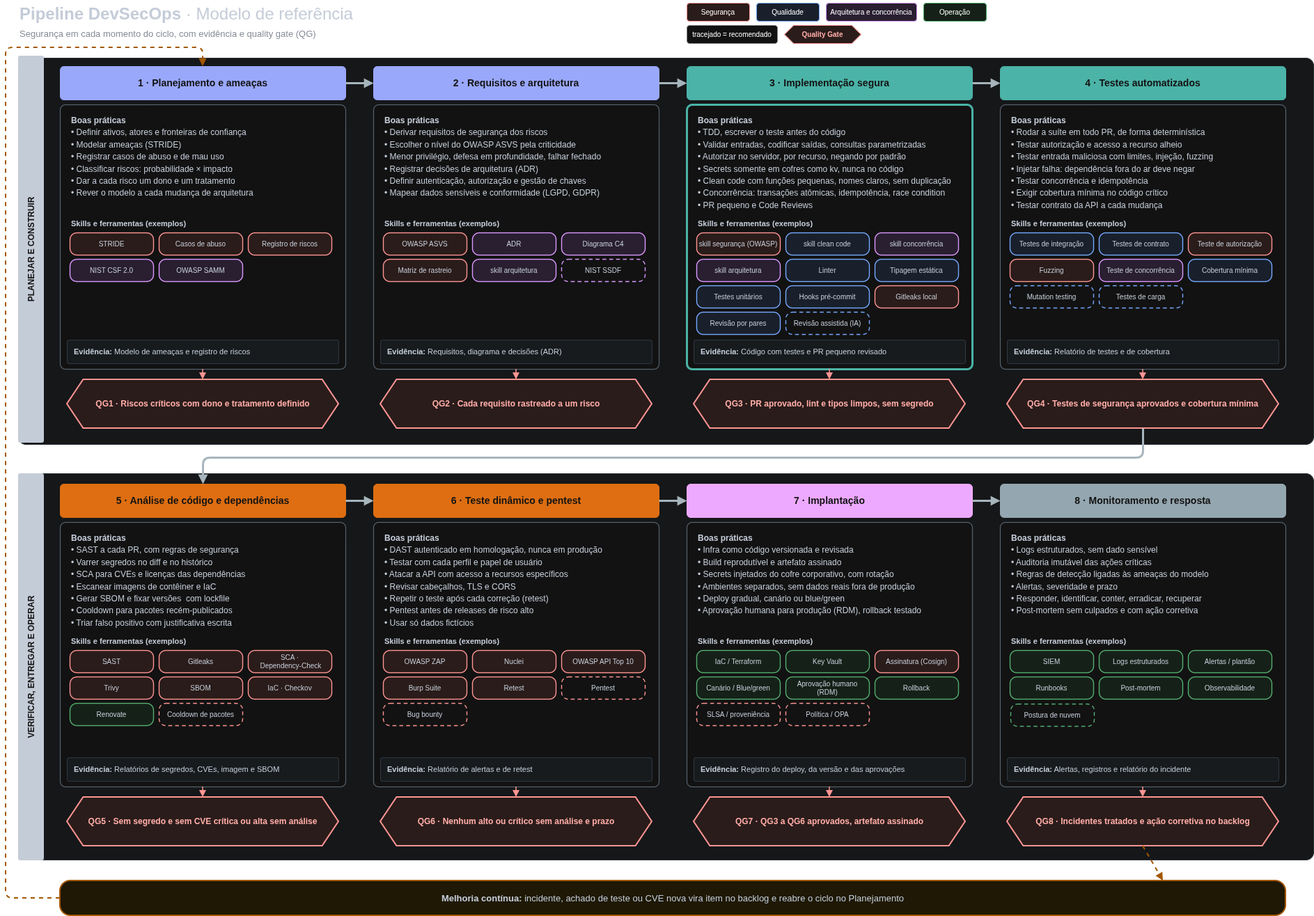
The draw.io diagram diagramas/pipeline-devsecops.drawio.png in MarlonBrendonx/secure-software-engineering-project, before a commit. Source tidied: cells renumbered, new cells last; positions are measured from the earlier drawing's top-left corner, leaving out a move shared by most shapes.
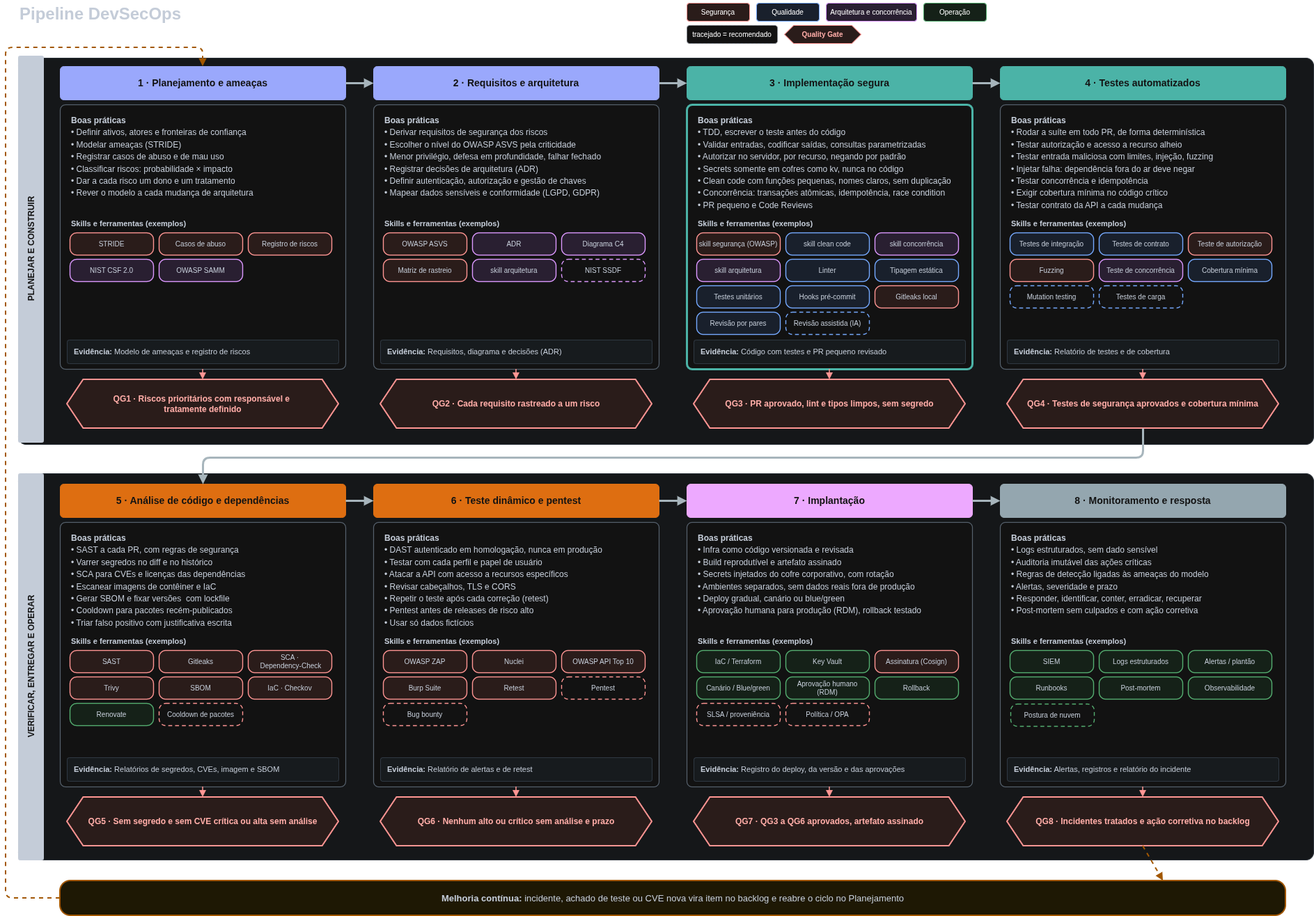
After the change.

Commit message:
Ajustando titulo do diagrama devsecops e da etapa inicial

The edit, as a diff of the source:
```diff
@@ -2,12 +2,9 @@
   <root>
     <mxCell id="0" />
     <mxCell id="1" parent="0" />
-    <mxCell id="2" value="&lt;b&gt;Pipeline DevSecOps&lt;/b&gt; · Modelo de referência" style="text;html=1;fontSize=24;align=left;verticalAlign=middle;fontColor=#1F2937;fontFamily=Helvetica;" parent="1" vertex="1">
+    <mxCell id="2" value="&lt;b&gt;Pipeline DevSecOps&lt;/b&gt;" style="text;html=1;fontSize=24;align=left;verticalAlign=middle;fontColor=#1F2937;fontFamily=Helvetica;" parent="1" vertex="1">
       <mxGeometry x="18" width="900" height="40" as="geometry" />
     </mxCell>
-    <mxCell id="3" value="Segurança em cada momento do ciclo, com evidência e quality gate (QG)&amp;nbsp;" style="text;html=1;fontSize=13;align=left;verticalAlign=middle;fontColor=#6B7280;fontFamily=Helvetica;" parent="1" vertex="1">
-      <mxGeometry x="18" y="36" width="900" height="24" as="geometry" />
-    </mxCell>
     <mxCell id="4" value="Segurança" style="rounded=1;whiteSpace=wrap;html=1;fontSize=10;fillColor=#FDECEA;strokeColor=#C5221F;fontFamily=Helvetica;" parent="1" vertex="1">
       <mxGeometry x="978" y="4" width="90" height="26" as="geometry" />
     </mxCell>
@@ -68,7 +65,7 @@
     <mxCell id="23" value="&lt;b&gt;Evidência:&lt;/b&gt; Modelo de ameaças e registro de riscos" style="rounded=1;arcSize=10;whiteSpace=wrap;html=1;fontSize=11;align=left;spacingLeft=8;fillColor=#F1F5F9;strokeColor=#CBD5E1;fontColor=#1F2937;fontFamily=Helvetica;" parent="1" vertex="1">
       <mxGeometry x="88" y="488" width="390" height="34" as="geometry" />
     </mxCell>
-    <mxCell id="24" value="QG1 · Riscos críticos com dono e tratamento definido" style="shape=hexagon;size=0.06;perimeter=hexagonPerimeter2;whiteSpace=wrap;html=1;fontSize=12;fontStyle=1;fillColor=#FDECEA;strokeColor=#C5221F;strokeWidth=2;fontColor=#8C1D18;fontFamily=Helvetica;" parent="1" vertex="1">
+    <mxCell id="24" value="QG1 · Riscos prioritários com responsável e&amp;nbsp;&lt;div&gt;tratamente definido&lt;/div&gt;" style="shape=hexagon;size=0.06;perimeter=hexagonPerimeter2;whiteSpace=wrap;html=1;fontSize=12;fontStyle=1;fillColor=#FDECEA;strokeColor=#C5221F;strokeWidth=2;fontColor=#8C1D18;fontFamily=Helvetica;" parent="1" vertex="1">
       <mxGeometry x="88" y="545" width="390" height="70" as="geometry" />
     </mxCell>
     <mxCell id="25" value="2 · Requisitos e arquitetura" style="rounded=1;arcSize=12;whiteSpace=wrap;html=1;fontSize=14;fontStyle=1;fillColor=#3949AB;strokeColor=#3949AB;fontColor=#FFFFFF;fontFamily=Helvetica;" parent="1" vertex="1">
```
